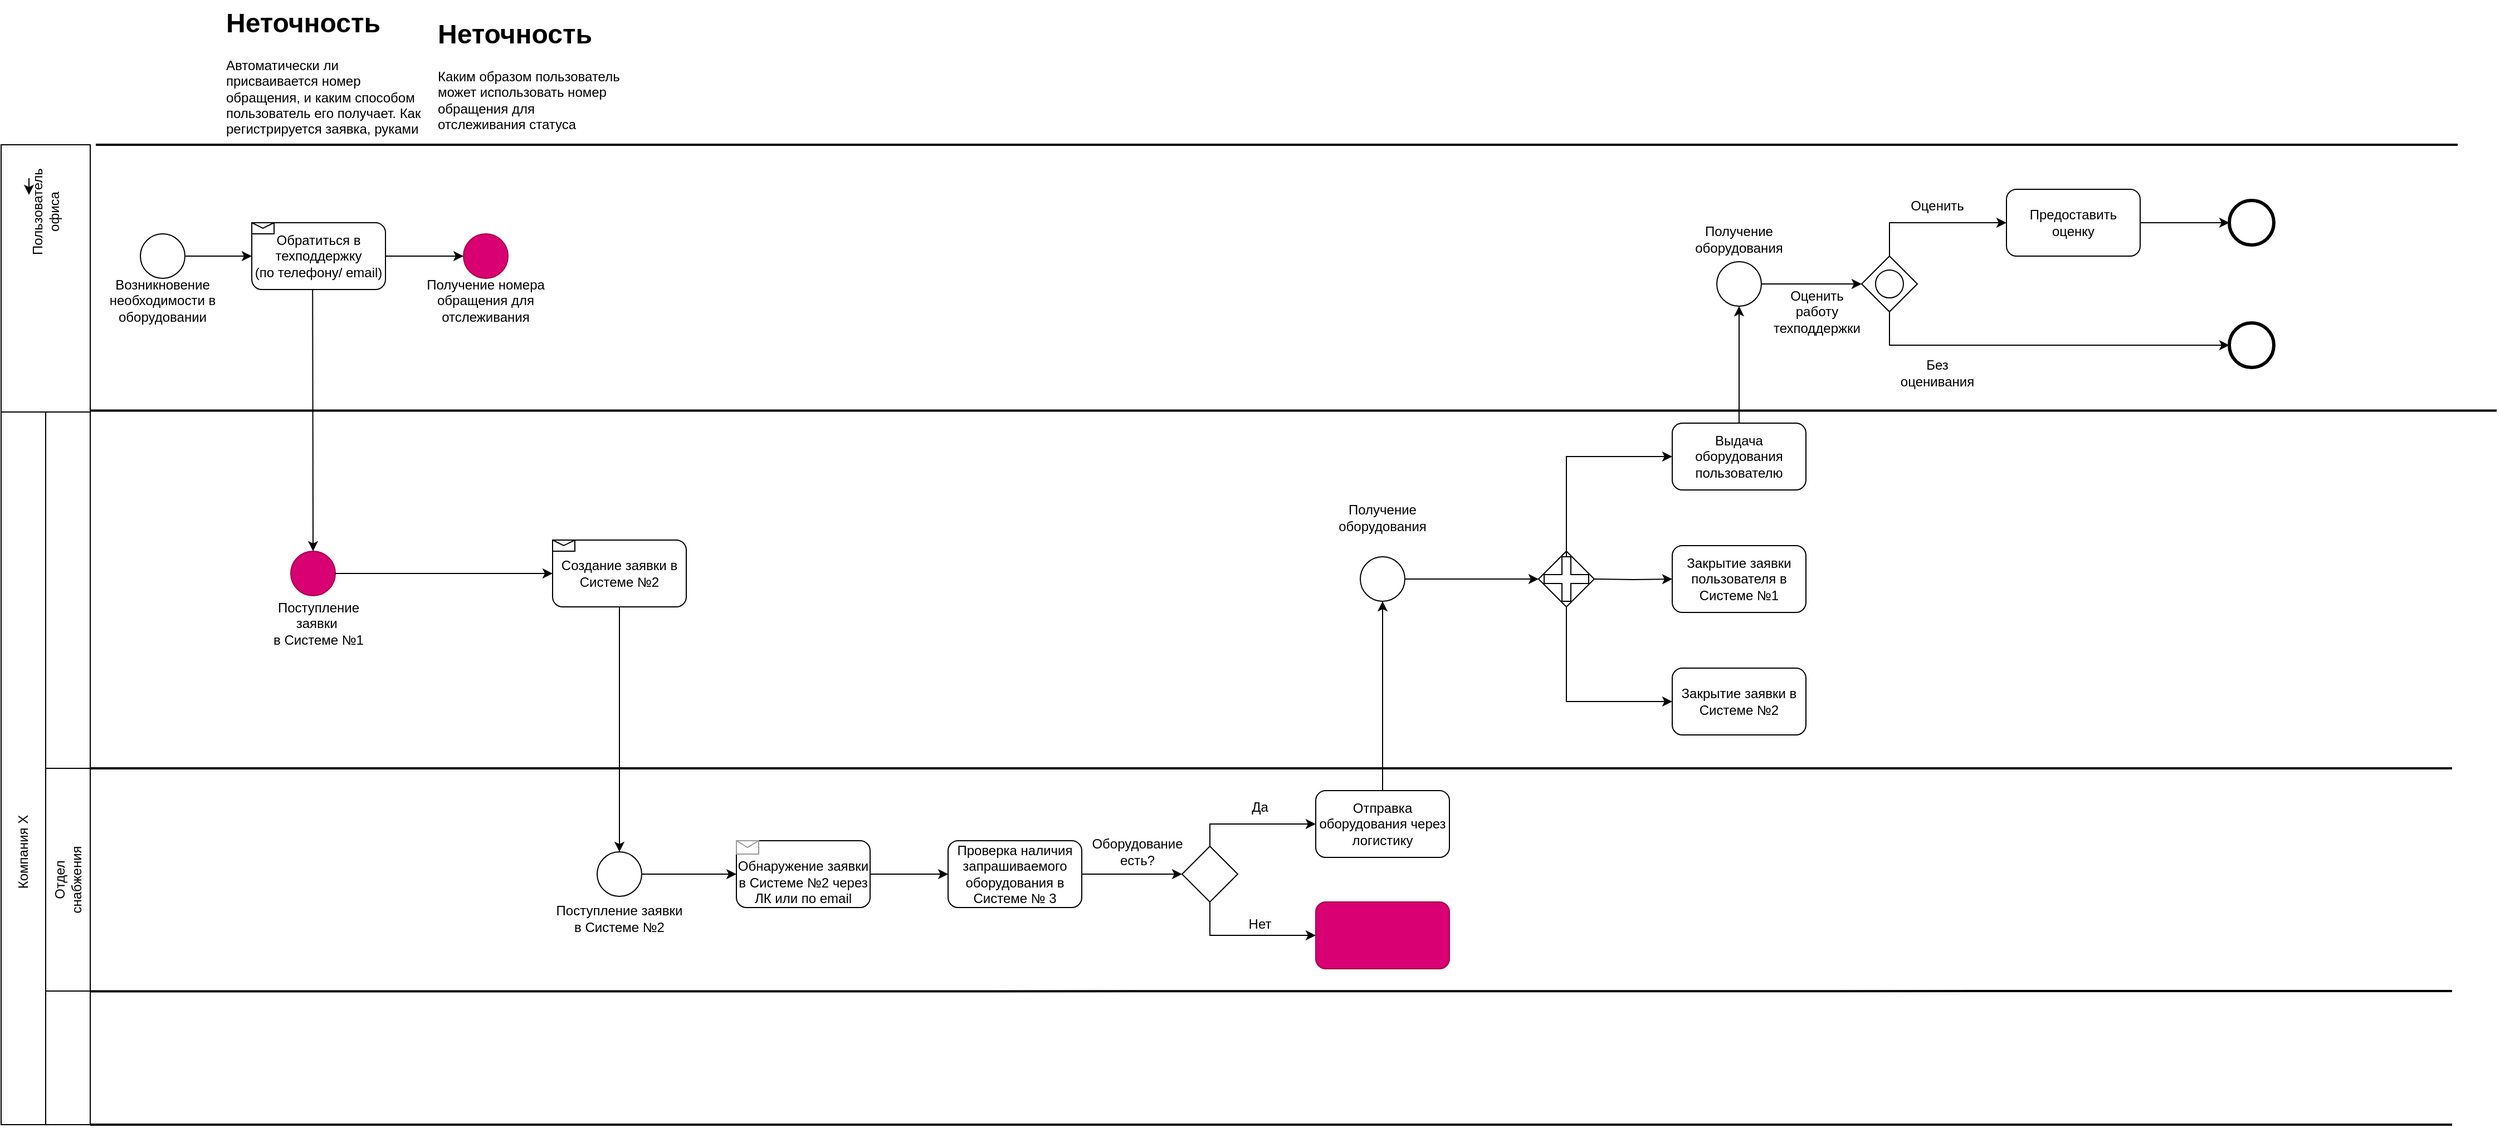
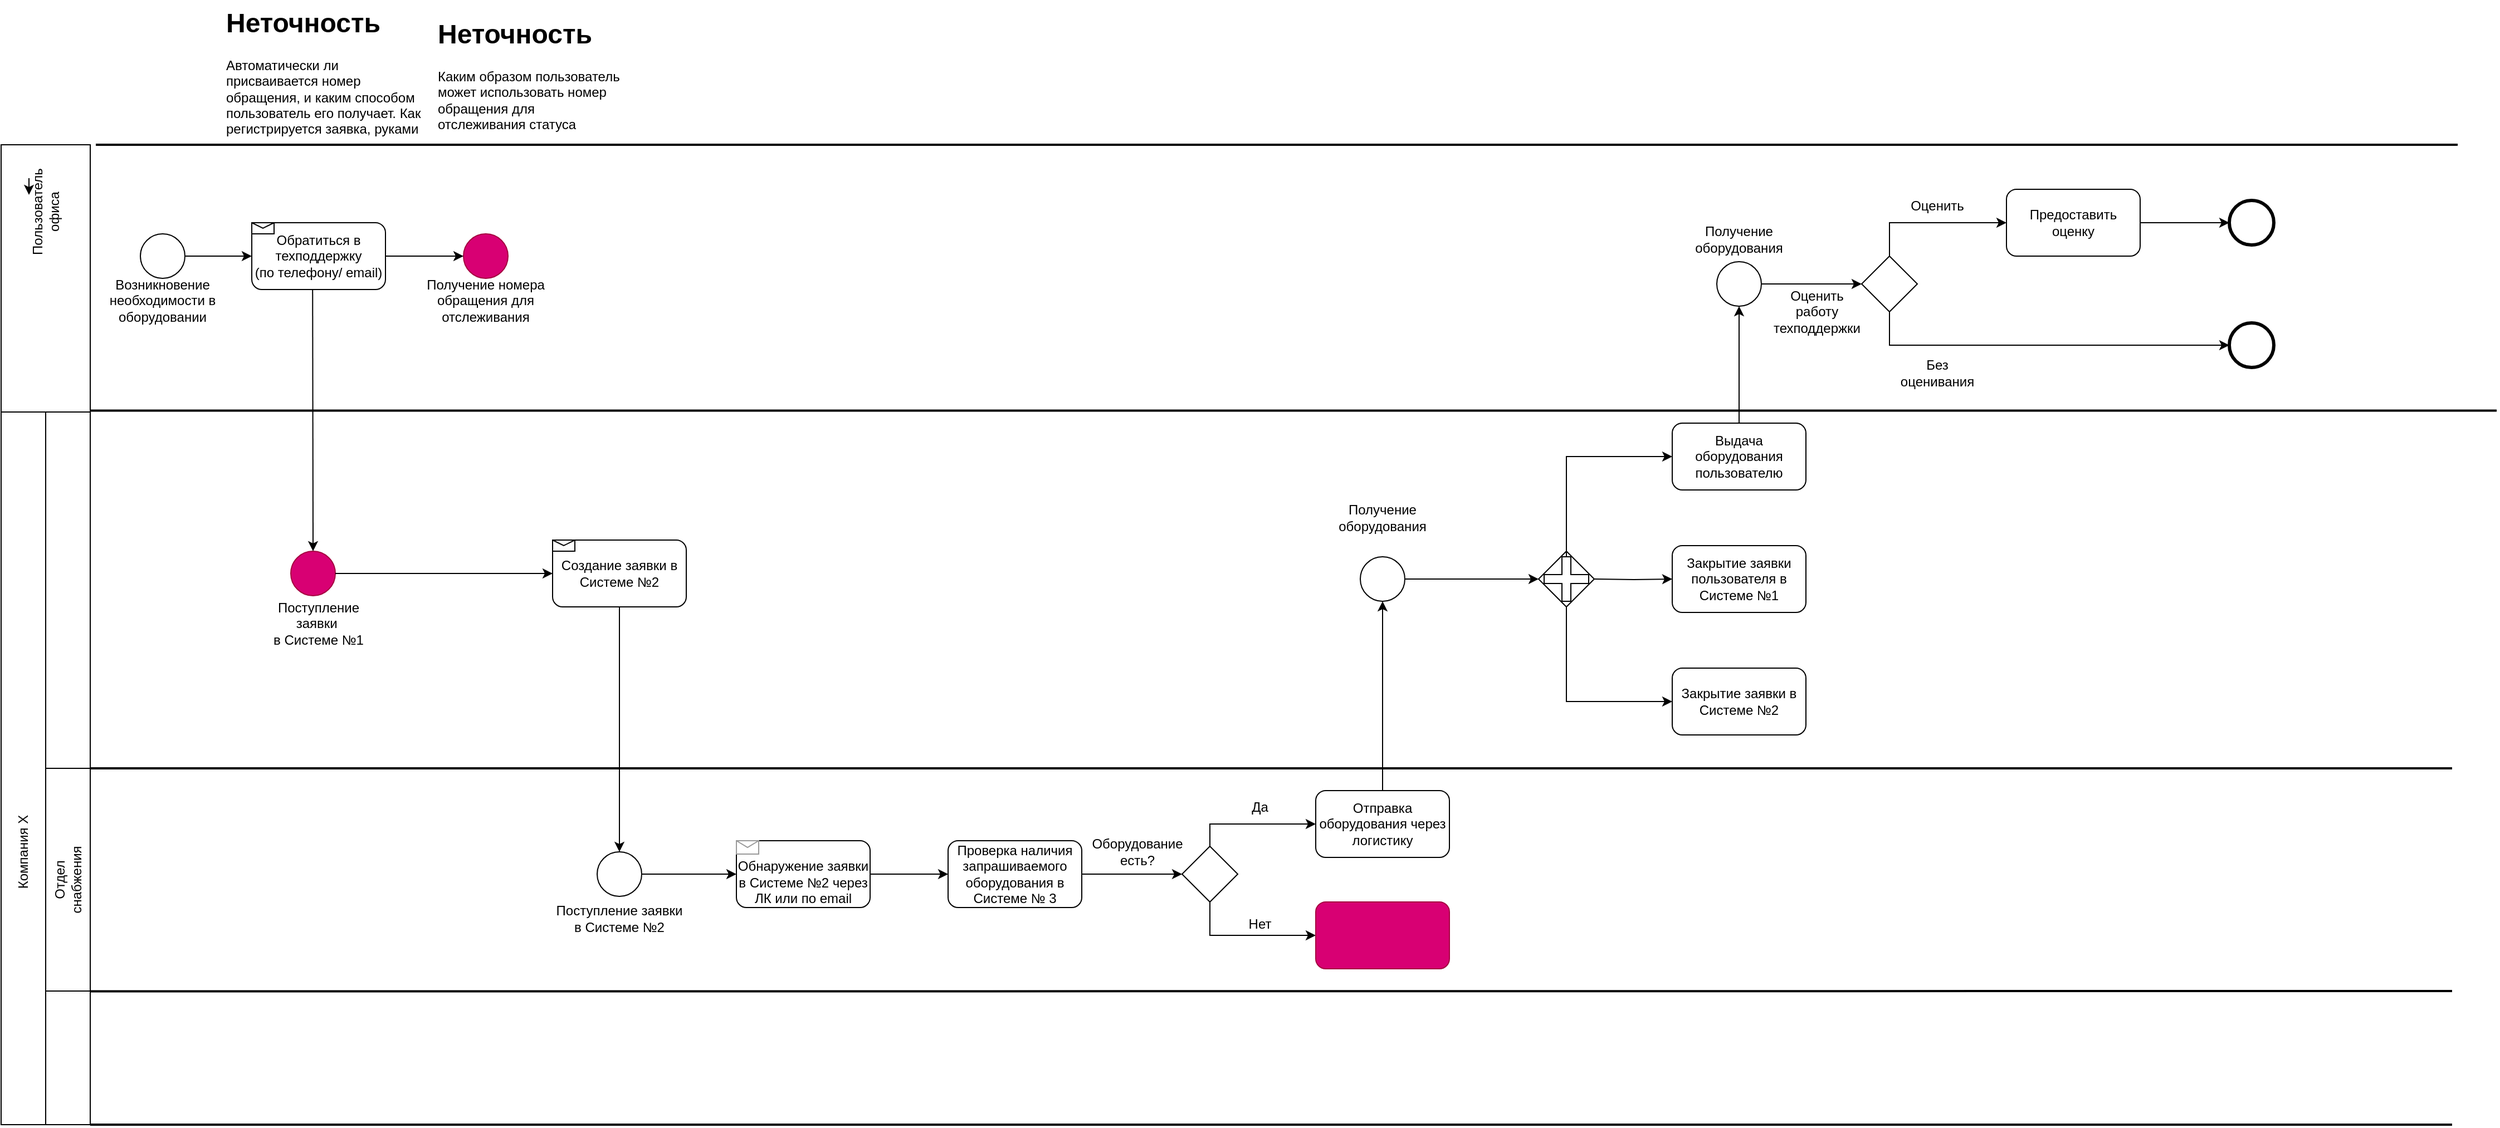
<mxfile host="app.diagrams.net">
  <diagram name="Страница-1" id="6SsGZVheudZXkR8IryFw">
    <mxGraphModel dx="1664" dy="1674" grid="1" gridSize="10" guides="1" tooltips="1" connect="1" arrows="1" fold="1" page="0" pageScale="1" pageWidth="827" pageHeight="1169" background="none" math="0" shadow="0">
      <root>
        <mxCell id="0" />
        <mxCell id="1" parent="0" />
        <mxCell id="Ya4lB5T6emN3ZDg_C6RV-1" parent="1" style="rounded=0;whiteSpace=wrap;html=1;" value="" vertex="1">
          <mxGeometry height="240" width="80" y="-320" as="geometry" />
        </mxCell>
        <mxCell id="Ya4lB5T6emN3ZDg_C6RV-2" parent="1" style="rounded=0;whiteSpace=wrap;html=1;" value="" vertex="1">
          <mxGeometry height="640" width="40" y="-80" as="geometry" />
        </mxCell>
        <mxCell id="Ya4lB5T6emN3ZDg_C6RV-3" parent="1" style="text;html=1;whiteSpace=wrap;strokeColor=none;fillColor=none;align=center;verticalAlign=middle;rounded=0;rotation=-90;" value="Пользователь&lt;div&gt;офиса&lt;/div&gt;" vertex="1">
          <mxGeometry height="30" width="60" x="10" y="-275" as="geometry" />
        </mxCell>
        <mxCell id="Ya4lB5T6emN3ZDg_C6RV-5" parent="1" style="text;html=1;whiteSpace=wrap;strokeColor=none;fillColor=none;align=center;verticalAlign=middle;rounded=0;rotation=-90;" value="Компания Х" vertex="1">
          <mxGeometry height="30" width="80" x="-20" y="300" as="geometry" />
        </mxCell>
        <mxCell id="VbR1kJbd4s5ipAbFhgMN-2" edge="1" parent="1" style="endArrow=none;html=1;rounded=0;exitX=1;exitY=0;exitDx=0;exitDy=0;strokeColor=light-dark(#000000, #ffffff);strokeWidth=2;" value="">
          <mxGeometry height="50" relative="1" width="50" as="geometry">
            <mxPoint x="80" y="-81.25" as="sourcePoint" />
            <mxPoint x="2240" y="-81.25" as="targetPoint" />
          </mxGeometry>
        </mxCell>
        <mxCell id="VbR1kJbd4s5ipAbFhgMN-4" parent="1" style="rounded=0;whiteSpace=wrap;html=1;" value="" vertex="1">
          <mxGeometry height="320" width="40" x="40" y="-80" as="geometry" />
        </mxCell>
        <mxCell id="VbR1kJbd4s5ipAbFhgMN-5" parent="1" style="rounded=0;whiteSpace=wrap;html=1;" value="" vertex="1">
          <mxGeometry height="200" width="40" x="40" y="240" as="geometry" />
        </mxCell>
        <mxCell id="VbR1kJbd4s5ipAbFhgMN-6" parent="1" style="rounded=0;whiteSpace=wrap;html=1;" value="" vertex="1">
          <mxGeometry height="120" width="40" x="40" y="440" as="geometry" />
        </mxCell>
        <mxCell id="VbR1kJbd4s5ipAbFhgMN-7" edge="1" parent="1" source="VbR1kJbd4s5ipAbFhgMN-5" style="endArrow=none;html=1;rounded=0;exitX=1;exitY=0;exitDx=0;exitDy=0;strokeWidth=2;" value="">
          <mxGeometry height="50" relative="1" width="50" as="geometry">
            <mxPoint x="250" y="240" as="sourcePoint" />
            <mxPoint x="2200" y="240" as="targetPoint" />
          </mxGeometry>
        </mxCell>
        <mxCell id="VbR1kJbd4s5ipAbFhgMN-8" edge="1" parent="1" style="endArrow=none;html=1;rounded=0;exitX=1;exitY=0;exitDx=0;exitDy=0;strokeWidth=2;" value="">
          <mxGeometry height="50" relative="1" width="50" as="geometry">
            <mxPoint x="80" y="440.31" as="sourcePoint" />
            <mxPoint x="2200" y="440" as="targetPoint" />
          </mxGeometry>
        </mxCell>
        <mxCell id="VbR1kJbd4s5ipAbFhgMN-9" edge="1" parent="1" style="endArrow=none;html=1;rounded=0;exitX=1;exitY=0;exitDx=0;exitDy=0;strokeWidth=2;" value="">
          <mxGeometry height="50" relative="1" width="50" as="geometry">
            <mxPoint x="80" y="560" as="sourcePoint" />
            <mxPoint x="2200" y="560" as="targetPoint" />
          </mxGeometry>
        </mxCell>
        <mxCell id="VbR1kJbd4s5ipAbFhgMN-10" edge="1" parent="1" style="endArrow=none;html=1;rounded=0;exitX=1;exitY=0;exitDx=0;exitDy=0;strokeWidth=2;" value="">
          <mxGeometry height="50" relative="1" width="50" as="geometry">
            <mxPoint x="85" y="-320" as="sourcePoint" />
            <mxPoint x="2205" y="-320" as="targetPoint" />
          </mxGeometry>
        </mxCell>
        <mxCell id="VbR1kJbd4s5ipAbFhgMN-11" parent="1" style="ellipse;whiteSpace=wrap;html=1;aspect=fixed;fillColor=none;" value="" vertex="1">
          <mxGeometry height="40" width="40" x="125" y="-240" as="geometry" />
        </mxCell>
        <mxCell id="VbR1kJbd4s5ipAbFhgMN-12" parent="1" style="text;html=1;whiteSpace=wrap;strokeColor=none;fillColor=none;align=center;verticalAlign=middle;rounded=0;" value="&lt;font&gt;Возникновение необходимости в оборудовании&lt;/font&gt;" vertex="1">
          <mxGeometry height="50" width="110" x="90" y="-205" as="geometry" />
        </mxCell>
        <mxCell id="VbR1kJbd4s5ipAbFhgMN-16" parent="1" style="ellipse;whiteSpace=wrap;html=1;aspect=fixed;fillColor=#d80073;fontColor=#ffffff;strokeColor=#A50040;" value="" vertex="1">
          <mxGeometry height="40" width="40" x="260" y="45.000000000000114" as="geometry" />
        </mxCell>
        <mxCell id="VbR1kJbd4s5ipAbFhgMN-17" parent="1" style="text;html=1;whiteSpace=wrap;strokeColor=none;fillColor=none;align=center;verticalAlign=middle;rounded=0;" value="Поступление заявки&amp;nbsp;&lt;div&gt;в Системе №1&lt;/div&gt;" vertex="1">
          <mxGeometry height="30" width="110" x="230" y="95" as="geometry" />
        </mxCell>
        <mxCell id="VbR1kJbd4s5ipAbFhgMN-20" parent="1" style="text;html=1;whiteSpace=wrap;strokeColor=none;fillColor=none;align=center;verticalAlign=middle;rounded=0;rotation=-90;" value="&lt;br&gt;&lt;span style=&quot;font-family: Helvetica; font-size: 12px; font-style: normal; font-variant-ligatures: normal; font-variant-caps: normal; font-weight: 400; letter-spacing: normal; orphans: 2; text-indent: 0px; text-transform: none; widows: 2; word-spacing: 0px; -webkit-text-stroke-width: 0px; white-space: normal; text-decoration-thickness: initial; text-decoration-style: initial; text-decoration-color: initial; float: none; display: inline !important;&quot;&gt;&lt;font style=&quot;color: light-dark(rgb(255, 255, 255), rgb(255, 255, 255));&quot;&gt;1-я линия техподдержки&lt;/font&gt;&lt;/span&gt;" vertex="1">
          <mxGeometry height="30" width="60" x="20" y="50" as="geometry" />
        </mxCell>
        <mxCell id="VbR1kJbd4s5ipAbFhgMN-21" parent="1" style="text;html=1;whiteSpace=wrap;overflow=hidden;rounded=0;" value="&lt;h1 style=&quot;margin-top: 0px;&quot;&gt;&lt;font style=&quot;color: light-dark(rgb(0, 0, 0), rgb(241, 156, 153));&quot;&gt;Неточность&lt;/font&gt;&lt;/h1&gt;&lt;p&gt;Автоматически ли присваивается номер обращения, и каким способом пользователь его получает. Как регистрируется заявка, руками 1-й линии или автоматически&lt;/p&gt;" vertex="1">
          <mxGeometry height="120" width="180" x="200" y="-450" as="geometry" />
        </mxCell>
        <mxCell id="VbR1kJbd4s5ipAbFhgMN-23" parent="1" style="ellipse;whiteSpace=wrap;html=1;aspect=fixed;fillColor=#d80073;fontColor=#ffffff;strokeColor=#A50040;" value="" vertex="1">
          <mxGeometry height="40" width="40" x="415" y="-239.9999999999999" as="geometry" />
        </mxCell>
        <mxCell id="VbR1kJbd4s5ipAbFhgMN-24" parent="1" style="text;html=1;whiteSpace=wrap;strokeColor=none;fillColor=none;align=center;verticalAlign=middle;rounded=0;" value="Получение номера обращения для отслеживания" vertex="1">
          <mxGeometry height="30" width="130" x="370" y="-195" as="geometry" />
        </mxCell>
        <mxCell id="VbR1kJbd4s5ipAbFhgMN-25" parent="1" style="text;html=1;whiteSpace=wrap;overflow=hidden;rounded=0;" value="&lt;h1 style=&quot;margin-top: 0px;&quot;&gt;&lt;font style=&quot;color: light-dark(rgb(0, 0, 0), rgb(241, 156, 153));&quot;&gt;Неточность&lt;/font&gt;&lt;/h1&gt;&lt;p&gt;Каким образом пользователь может использовать номер обращения для отслеживания статуса&lt;/p&gt;" vertex="1">
          <mxGeometry height="120" width="170" x="390" y="-440" as="geometry" />
        </mxCell>
        <mxCell id="VbR1kJbd4s5ipAbFhgMN-26" edge="1" parent="1" source="VbR1kJbd4s5ipAbFhgMN-11" style="endArrow=classic;html=1;rounded=0;exitX=1;exitY=0.5;exitDx=0;exitDy=0;entryX=0;entryY=0.5;entryDx=0;entryDy=0;" target="VbR1kJbd4s5ipAbFhgMN-37" value="">
          <mxGeometry height="50" relative="1" width="50" as="geometry">
            <mxPoint x="160.00000000000352" y="-19.5" as="sourcePoint" />
            <mxPoint x="220" y="-20" as="targetPoint" />
          </mxGeometry>
        </mxCell>
        <mxCell id="VbR1kJbd4s5ipAbFhgMN-27" edge="1" parent="1" source="VbR1kJbd4s5ipAbFhgMN-37" style="endArrow=classic;html=1;rounded=0;exitX=1;exitY=0.5;exitDx=0;exitDy=0;entryX=0;entryY=0.5;entryDx=0;entryDy=0;" target="VbR1kJbd4s5ipAbFhgMN-23" value="">
          <mxGeometry height="50" relative="1" width="50" as="geometry">
            <mxPoint x="340" y="-20" as="sourcePoint" />
            <mxPoint x="450" y="5" as="targetPoint" />
          </mxGeometry>
        </mxCell>
        <mxCell id="VbR1kJbd4s5ipAbFhgMN-28" edge="1" parent="1" source="VbR1kJbd4s5ipAbFhgMN-37" style="endArrow=classic;html=1;rounded=0;exitX=0.455;exitY=0.976;exitDx=0;exitDy=0;entryX=0.5;entryY=0;entryDx=0;entryDy=0;exitPerimeter=0;" target="VbR1kJbd4s5ipAbFhgMN-16" value="">
          <mxGeometry height="50" relative="1" width="50" as="geometry">
            <mxPoint x="280" y="-20" as="sourcePoint" />
            <mxPoint x="380" y="-5" as="targetPoint" />
          </mxGeometry>
        </mxCell>
        <mxCell id="VbR1kJbd4s5ipAbFhgMN-30" edge="1" parent="1" source="VbR1kJbd4s5ipAbFhgMN-16" style="endArrow=classic;html=1;rounded=0;exitX=1;exitY=0.5;exitDx=0;exitDy=0;entryX=0;entryY=0.5;entryDx=0;entryDy=0;" value="">
          <mxGeometry height="50" relative="1" width="50" as="geometry">
            <mxPoint x="660" y="125" as="sourcePoint" />
            <mxPoint x="495" y="65" as="targetPoint" />
          </mxGeometry>
        </mxCell>
        <mxCell id="VbR1kJbd4s5ipAbFhgMN-31" parent="1" style="ellipse;whiteSpace=wrap;html=1;aspect=fixed;fillColor=none;" value="" vertex="1">
          <mxGeometry height="40" width="40" x="535" y="315.0000000000001" as="geometry" />
        </mxCell>
        <mxCell id="VbR1kJbd4s5ipAbFhgMN-32" parent="1" style="text;html=1;whiteSpace=wrap;strokeColor=none;fillColor=none;align=center;verticalAlign=middle;rounded=0;rotation=-90;" value="Отдел снабжения" vertex="1">
          <mxGeometry height="30" width="60" x="30" y="325" as="geometry" />
        </mxCell>
        <mxCell id="VbR1kJbd4s5ipAbFhgMN-33" parent="1" style="text;html=1;whiteSpace=wrap;strokeColor=none;fillColor=none;align=center;verticalAlign=middle;rounded=0;" value="Поступление заявки в Системе №2" vertex="1">
          <mxGeometry height="30" width="120" x="495" y="360" as="geometry" />
        </mxCell>
        <mxCell id="VbR1kJbd4s5ipAbFhgMN-35" edge="1" parent="1" source="VbR1kJbd4s5ipAbFhgMN-36" style="endArrow=classic;html=1;rounded=0;exitX=0.5;exitY=1;exitDx=0;exitDy=0;entryX=0.5;entryY=0;entryDx=0;entryDy=0;" target="VbR1kJbd4s5ipAbFhgMN-31" value="">
          <mxGeometry height="50" relative="1" width="50" as="geometry">
            <mxPoint x="555" y="200" as="sourcePoint" />
            <mxPoint x="780" y="250" as="targetPoint" />
          </mxGeometry>
        </mxCell>
        <mxCell id="VbR1kJbd4s5ipAbFhgMN-36" parent="1" style="rounded=1;whiteSpace=wrap;html=1;" value="Создание заявки в Системе №2" vertex="1">
          <mxGeometry height="60" width="120" x="495" y="35" as="geometry" />
        </mxCell>
        <mxCell id="VbR1kJbd4s5ipAbFhgMN-37" parent="1" style="rounded=1;whiteSpace=wrap;html=1;" value="Обратиться в техподдержку&lt;div&gt;(по телефону/ email)&lt;/div&gt;" vertex="1">
          <mxGeometry height="60" width="120" x="225" y="-250" as="geometry" />
        </mxCell>
        <mxCell id="VbR1kJbd4s5ipAbFhgMN-38" parent="1" style="shape=message;html=1;html=1;outlineConnect=0;labelPosition=center;verticalLabelPosition=bottom;align=center;verticalAlign=top;" value="" vertex="1">
          <mxGeometry height="10" width="20" x="225" y="-250" as="geometry" />
        </mxCell>
        <mxCell id="VbR1kJbd4s5ipAbFhgMN-41" parent="1" style="shape=message;html=1;html=1;outlineConnect=0;labelPosition=center;verticalLabelPosition=bottom;align=center;verticalAlign=top;" value="" vertex="1">
          <mxGeometry height="10" width="20" x="495" y="35" as="geometry" />
        </mxCell>
        <mxCell id="VbR1kJbd4s5ipAbFhgMN-46" edge="1" parent="1" source="VbR1kJbd4s5ipAbFhgMN-42" style="edgeStyle=orthogonalEdgeStyle;rounded=0;orthogonalLoop=1;jettySize=auto;html=1;exitX=1;exitY=0.5;exitDx=0;exitDy=0;entryX=0;entryY=0.5;entryDx=0;entryDy=0;" target="VbR1kJbd4s5ipAbFhgMN-45">
          <mxGeometry relative="1" as="geometry" />
        </mxCell>
        <mxCell id="VbR1kJbd4s5ipAbFhgMN-42" parent="1" style="rounded=1;whiteSpace=wrap;html=1;" value="&lt;div&gt;&lt;br&gt;&lt;/div&gt;Обнаружение заявки в Системе №2 через ЛК или по email" vertex="1">
          <mxGeometry height="60" width="120" x="660" y="305" as="geometry" />
        </mxCell>
        <mxCell id="VbR1kJbd4s5ipAbFhgMN-43" parent="1" style="verticalLabelPosition=bottom;shadow=0;dashed=0;align=center;html=1;verticalAlign=top;strokeWidth=1;shape=mxgraph.mockup.misc.mail2;strokeColor=#999999;" value="" vertex="1">
          <mxGeometry height="12" width="20" x="660" y="305" as="geometry" />
        </mxCell>
        <mxCell id="VbR1kJbd4s5ipAbFhgMN-44" edge="1" parent="1" source="VbR1kJbd4s5ipAbFhgMN-31" style="endArrow=classic;html=1;rounded=0;exitX=1;exitY=0.5;exitDx=0;exitDy=0;entryX=0;entryY=0.5;entryDx=0;entryDy=0;" target="VbR1kJbd4s5ipAbFhgMN-42" value="">
          <mxGeometry height="50" relative="1" width="50" as="geometry">
            <mxPoint x="760" y="315" as="sourcePoint" />
            <mxPoint x="810" y="265" as="targetPoint" />
          </mxGeometry>
        </mxCell>
        <mxCell id="VbR1kJbd4s5ipAbFhgMN-49" edge="1" parent="1" source="VbR1kJbd4s5ipAbFhgMN-45" style="edgeStyle=orthogonalEdgeStyle;rounded=0;orthogonalLoop=1;jettySize=auto;html=1;exitX=1;exitY=0.5;exitDx=0;exitDy=0;entryX=0;entryY=0.5;entryDx=0;entryDy=0;" target="VbR1kJbd4s5ipAbFhgMN-47">
          <mxGeometry relative="1" as="geometry" />
        </mxCell>
        <mxCell id="VbR1kJbd4s5ipAbFhgMN-45" parent="1" style="rounded=1;whiteSpace=wrap;html=1;" value="Проверка наличия запрашиваемого оборудования в Системе № 3" vertex="1">
          <mxGeometry height="60" width="120" x="850" y="305" as="geometry" />
        </mxCell>
        <mxCell id="VbR1kJbd4s5ipAbFhgMN-58" edge="1" parent="1" source="VbR1kJbd4s5ipAbFhgMN-47" style="edgeStyle=orthogonalEdgeStyle;rounded=0;orthogonalLoop=1;jettySize=auto;html=1;exitX=0.5;exitY=0;exitDx=0;exitDy=0;entryX=0;entryY=0.5;entryDx=0;entryDy=0;" target="VbR1kJbd4s5ipAbFhgMN-52">
          <mxGeometry relative="1" as="geometry">
            <Array as="points">
              <mxPoint x="1085" y="290" />
              <mxPoint x="1180" y="290" />
            </Array>
            <mxPoint x="1150" y="320" as="targetPoint" />
          </mxGeometry>
        </mxCell>
        <mxCell id="VbR1kJbd4s5ipAbFhgMN-60" edge="1" parent="1" source="VbR1kJbd4s5ipAbFhgMN-47" style="edgeStyle=orthogonalEdgeStyle;rounded=0;orthogonalLoop=1;jettySize=auto;html=1;entryX=0;entryY=0.5;entryDx=0;entryDy=0;exitX=0.5;exitY=1;exitDx=0;exitDy=0;" target="VbR1kJbd4s5ipAbFhgMN-59">
          <mxGeometry relative="1" as="geometry">
            <mxPoint x="1085" y="410" as="targetPoint" />
          </mxGeometry>
        </mxCell>
        <mxCell id="VbR1kJbd4s5ipAbFhgMN-47" parent="1" style="rhombus;whiteSpace=wrap;html=1;" value="" vertex="1">
          <mxGeometry height="50" width="50" x="1060" y="310" as="geometry" />
        </mxCell>
        <mxCell id="VbR1kJbd4s5ipAbFhgMN-48" parent="1" style="text;html=1;whiteSpace=wrap;strokeColor=none;fillColor=none;align=center;verticalAlign=middle;rounded=0;" value="Оборудование есть?" vertex="1">
          <mxGeometry height="30" width="60" x="990" y="300" as="geometry" />
        </mxCell>
        <mxCell id="VbR1kJbd4s5ipAbFhgMN-51" parent="1" style="text;html=1;whiteSpace=wrap;strokeColor=none;fillColor=none;align=center;verticalAlign=middle;rounded=0;" value="Да" vertex="1">
          <mxGeometry height="30" width="60" x="1100" y="260" as="geometry" />
        </mxCell>
        <mxCell id="VbR1kJbd4s5ipAbFhgMN-56" edge="1" parent="1" source="VbR1kJbd4s5ipAbFhgMN-52" style="edgeStyle=orthogonalEdgeStyle;rounded=0;orthogonalLoop=1;jettySize=auto;html=1;exitX=0.5;exitY=0;exitDx=0;exitDy=0;entryX=0.5;entryY=1;entryDx=0;entryDy=0;" target="VbR1kJbd4s5ipAbFhgMN-54">
          <mxGeometry relative="1" as="geometry" />
        </mxCell>
        <mxCell id="VbR1kJbd4s5ipAbFhgMN-52" parent="1" style="rounded=1;whiteSpace=wrap;html=1;" value="Отправка оборудования через логистику" vertex="1">
          <mxGeometry height="60" width="120" x="1180" y="260" as="geometry" />
        </mxCell>
        <mxCell id="VbR1kJbd4s5ipAbFhgMN-69" edge="1" parent="1" source="VbR1kJbd4s5ipAbFhgMN-54" style="edgeStyle=orthogonalEdgeStyle;rounded=0;orthogonalLoop=1;jettySize=auto;html=1;">
          <mxGeometry relative="1" as="geometry">
            <mxPoint x="1380" y="70" as="targetPoint" />
          </mxGeometry>
        </mxCell>
        <mxCell id="VbR1kJbd4s5ipAbFhgMN-54" parent="1" style="ellipse;whiteSpace=wrap;html=1;aspect=fixed;fillColor=none;" value="" vertex="1">
          <mxGeometry height="40" width="40" x="1220" y="50.000000000000114" as="geometry" />
        </mxCell>
        <mxCell id="VbR1kJbd4s5ipAbFhgMN-55" parent="1" style="text;html=1;whiteSpace=wrap;strokeColor=none;fillColor=none;align=center;verticalAlign=middle;rounded=0;" value="Получение оборудования" vertex="1">
          <mxGeometry height="30" width="60" x="1210" as="geometry" />
        </mxCell>
        <mxCell id="VbR1kJbd4s5ipAbFhgMN-59" parent="1" style="rounded=1;whiteSpace=wrap;html=1;fillColor=#d80073;fontColor=#ffffff;strokeColor=#A50040;" value="" vertex="1">
          <mxGeometry height="60" width="120" x="1180" y="360" as="geometry" />
        </mxCell>
        <mxCell id="VbR1kJbd4s5ipAbFhgMN-61" parent="1" style="text;html=1;whiteSpace=wrap;strokeColor=none;fillColor=none;align=center;verticalAlign=middle;rounded=0;" value="Нет" vertex="1">
          <mxGeometry height="30" width="60" x="1100" y="365" as="geometry" />
        </mxCell>
        <mxCell id="VbR1kJbd4s5ipAbFhgMN-78" edge="1" parent="1" source="VbR1kJbd4s5ipAbFhgMN-62" style="edgeStyle=orthogonalEdgeStyle;rounded=0;orthogonalLoop=1;jettySize=auto;html=1;exitX=0.5;exitY=0;exitDx=0;exitDy=0;entryX=0.5;entryY=1;entryDx=0;entryDy=0;" target="VbR1kJbd4s5ipAbFhgMN-71">
          <mxGeometry relative="1" as="geometry" />
        </mxCell>
        <mxCell id="VbR1kJbd4s5ipAbFhgMN-62" parent="1" style="rounded=1;whiteSpace=wrap;html=1;" value="Выдача оборудования пользователю" vertex="1">
          <mxGeometry height="60" width="120" x="1500" y="-70" as="geometry" />
        </mxCell>
        <mxCell id="VbR1kJbd4s5ipAbFhgMN-63" edge="1" parent="1" source="Ya4lB5T6emN3ZDg_C6RV-3" style="edgeStyle=orthogonalEdgeStyle;rounded=0;orthogonalLoop=1;jettySize=auto;html=1;exitX=1;exitY=0;exitDx=0;exitDy=0;entryX=0.75;entryY=0;entryDx=0;entryDy=0;" target="Ya4lB5T6emN3ZDg_C6RV-3">
          <mxGeometry relative="1" as="geometry" />
        </mxCell>
        <mxCell id="VbR1kJbd4s5ipAbFhgMN-65" parent="1" style="rounded=1;whiteSpace=wrap;html=1;" value="Закрытие заявки пользователя в Системе №1" vertex="1">
          <mxGeometry height="60" width="120" x="1500" y="40" as="geometry" />
        </mxCell>
        <mxCell id="VbR1kJbd4s5ipAbFhgMN-66" parent="1" style="rounded=1;whiteSpace=wrap;html=1;" value="Закрытие заявки в Системе №2" vertex="1">
          <mxGeometry height="60" width="120" x="1500" y="150" as="geometry" />
        </mxCell>
        <mxCell id="VbR1kJbd4s5ipAbFhgMN-77" edge="1" parent="1" source="VbR1kJbd4s5ipAbFhgMN-67" style="edgeStyle=orthogonalEdgeStyle;rounded=0;orthogonalLoop=1;jettySize=auto;html=1;entryX=0;entryY=0.5;entryDx=0;entryDy=0;" target="VbR1kJbd4s5ipAbFhgMN-66">
          <mxGeometry relative="1" as="geometry">
            <Array as="points">
              <mxPoint x="1405" y="180" />
            </Array>
          </mxGeometry>
        </mxCell>
        <mxCell id="VbR1kJbd4s5ipAbFhgMN-67" parent="1" style="rhombus;whiteSpace=wrap;html=1;" value="" vertex="1">
          <mxGeometry height="50" width="50" x="1380" y="45" as="geometry" />
        </mxCell>
        <mxCell id="VbR1kJbd4s5ipAbFhgMN-70" edge="1" parent="1" style="edgeStyle=orthogonalEdgeStyle;rounded=0;orthogonalLoop=1;jettySize=auto;html=1;entryX=0;entryY=0.5;entryDx=0;entryDy=0;" target="VbR1kJbd4s5ipAbFhgMN-65">
          <mxGeometry relative="1" as="geometry">
            <mxPoint x="1430" y="70" as="sourcePoint" />
          </mxGeometry>
        </mxCell>
        <mxCell id="VbR1kJbd4s5ipAbFhgMN-79" edge="1" parent="1" source="VbR1kJbd4s5ipAbFhgMN-71" style="edgeStyle=orthogonalEdgeStyle;rounded=0;orthogonalLoop=1;jettySize=auto;html=1;">
          <mxGeometry relative="1" as="geometry">
            <mxPoint x="1670" y="-195" as="targetPoint" />
          </mxGeometry>
        </mxCell>
        <mxCell id="VbR1kJbd4s5ipAbFhgMN-71" parent="1" style="ellipse;whiteSpace=wrap;html=1;aspect=fixed;fillColor=none;" value="" vertex="1">
          <mxGeometry height="40" width="40" x="1540" y="-215" as="geometry" />
        </mxCell>
        <mxCell id="VbR1kJbd4s5ipAbFhgMN-72" parent="1" style="text;html=1;whiteSpace=wrap;strokeColor=none;fillColor=none;align=center;verticalAlign=middle;rounded=0;" value="Получение оборудования" vertex="1">
          <mxGeometry height="30" width="60" x="1530" y="-250" as="geometry" />
        </mxCell>
        <mxCell id="VbR1kJbd4s5ipAbFhgMN-76" edge="1" parent="1" source="VbR1kJbd4s5ipAbFhgMN-73" style="edgeStyle=orthogonalEdgeStyle;rounded=0;orthogonalLoop=1;jettySize=auto;html=1;entryX=0;entryY=0.5;entryDx=0;entryDy=0;exitX=0.5;exitY=0;exitDx=0;exitDy=0;exitPerimeter=0;" target="VbR1kJbd4s5ipAbFhgMN-62">
          <mxGeometry relative="1" as="geometry">
            <Array as="points">
              <mxPoint x="1405" y="-40" />
            </Array>
            <mxPoint x="1405" y="40" as="sourcePoint" />
            <mxPoint x="1400" y="-40" as="targetPoint" />
          </mxGeometry>
        </mxCell>
        <mxCell id="VbR1kJbd4s5ipAbFhgMN-73" parent="1" style="shape=cross;whiteSpace=wrap;html=1;" value="" vertex="1">
          <mxGeometry height="40" width="40" x="1385" y="50" as="geometry" />
        </mxCell>
        <mxCell id="VbR1kJbd4s5ipAbFhgMN-87" edge="1" parent="1" source="VbR1kJbd4s5ipAbFhgMN-74" style="edgeStyle=orthogonalEdgeStyle;rounded=0;orthogonalLoop=1;jettySize=auto;html=1;entryX=0;entryY=0.5;entryDx=0;entryDy=0;" target="VbR1kJbd4s5ipAbFhgMN-85">
          <mxGeometry relative="1" as="geometry">
            <Array as="points">
              <mxPoint x="1695" y="-250" />
            </Array>
          </mxGeometry>
        </mxCell>
        <mxCell id="VbR1kJbd4s5ipAbFhgMN-74" parent="1" style="rhombus;whiteSpace=wrap;html=1;" value="" vertex="1">
          <mxGeometry height="50" width="50" x="1670" y="-220" as="geometry" />
        </mxCell>
-         <mxCell id="VbR1kJbd4s5ipAbFhgMN-75" parent="1" style="ellipse;whiteSpace=wrap;html=1;aspect=fixed;fillColor=none;" value="" vertex="1">
-           <mxGeometry height="25" width="25" x="1682.5" y="-207.5" as="geometry" />
-         </mxCell>
        <mxCell id="VbR1kJbd4s5ipAbFhgMN-81" parent="1" style="points=[[0.145,0.145,0],[0.5,0,0],[0.855,0.145,0],[1,0.5,0],[0.855,0.855,0],[0.5,1,0],[0.145,0.855,0],[0,0.5,0]];shape=mxgraph.bpmn.event;html=1;verticalLabelPosition=bottom;labelBackgroundColor=#ffffff;verticalAlign=top;align=center;perimeter=ellipsePerimeter;outlineConnect=0;aspect=fixed;outline=end;symbol=terminate2;" value="" vertex="1">
          <mxGeometry height="40" width="40" x="2000" y="-160" as="geometry" />
        </mxCell>
        <mxCell id="VbR1kJbd4s5ipAbFhgMN-82" edge="1" parent="1" style="edgeStyle=orthogonalEdgeStyle;rounded=0;orthogonalLoop=1;jettySize=auto;html=1;entryX=0;entryY=0.5;entryDx=0;entryDy=0;entryPerimeter=0;" target="VbR1kJbd4s5ipAbFhgMN-81">
          <mxGeometry relative="1" as="geometry">
            <Array as="points">
              <mxPoint x="1695" y="-140" />
            </Array>
            <mxPoint x="1695" y="-170" as="sourcePoint" />
          </mxGeometry>
        </mxCell>
        <mxCell id="VbR1kJbd4s5ipAbFhgMN-83" parent="1" style="text;html=1;whiteSpace=wrap;strokeColor=none;fillColor=none;align=center;verticalAlign=middle;rounded=0;" value="Оценить работу техподдержки" vertex="1">
          <mxGeometry height="30" width="60" x="1600" y="-185" as="geometry" />
        </mxCell>
        <mxCell id="VbR1kJbd4s5ipAbFhgMN-84" parent="1" style="text;html=1;whiteSpace=wrap;strokeColor=none;fillColor=none;align=center;verticalAlign=middle;rounded=0;" value="Без оценивания" vertex="1">
          <mxGeometry height="30" width="60" x="1707.5" y="-130" as="geometry" />
        </mxCell>
        <mxCell id="VbR1kJbd4s5ipAbFhgMN-85" parent="1" style="rounded=1;whiteSpace=wrap;html=1;" value="Предоставить оценку" vertex="1">
          <mxGeometry height="60" width="120" x="1800" y="-280" as="geometry" />
        </mxCell>
        <mxCell id="VbR1kJbd4s5ipAbFhgMN-86" parent="1" style="points=[[0.145,0.145,0],[0.5,0,0],[0.855,0.145,0],[1,0.5,0],[0.855,0.855,0],[0.5,1,0],[0.145,0.855,0],[0,0.5,0]];shape=mxgraph.bpmn.event;html=1;verticalLabelPosition=bottom;labelBackgroundColor=#ffffff;verticalAlign=top;align=center;perimeter=ellipsePerimeter;outlineConnect=0;aspect=fixed;outline=end;symbol=terminate2;" value="" vertex="1">
          <mxGeometry height="40" width="40" x="2000" y="-270" as="geometry" />
        </mxCell>
        <mxCell id="VbR1kJbd4s5ipAbFhgMN-88" edge="1" parent="1" source="VbR1kJbd4s5ipAbFhgMN-85" style="edgeStyle=orthogonalEdgeStyle;rounded=0;orthogonalLoop=1;jettySize=auto;html=1;entryX=0;entryY=0.5;entryDx=0;entryDy=0;entryPerimeter=0;" target="VbR1kJbd4s5ipAbFhgMN-86">
          <mxGeometry relative="1" as="geometry" />
        </mxCell>
        <mxCell id="VbR1kJbd4s5ipAbFhgMN-89" parent="1" style="text;html=1;whiteSpace=wrap;strokeColor=none;fillColor=none;align=center;verticalAlign=middle;rounded=0;" value="Оценить" vertex="1">
          <mxGeometry height="30" width="60" x="1707.5" y="-280" as="geometry" />
        </mxCell>
      </root>
    </mxGraphModel>
  </diagram>
</mxfile>
